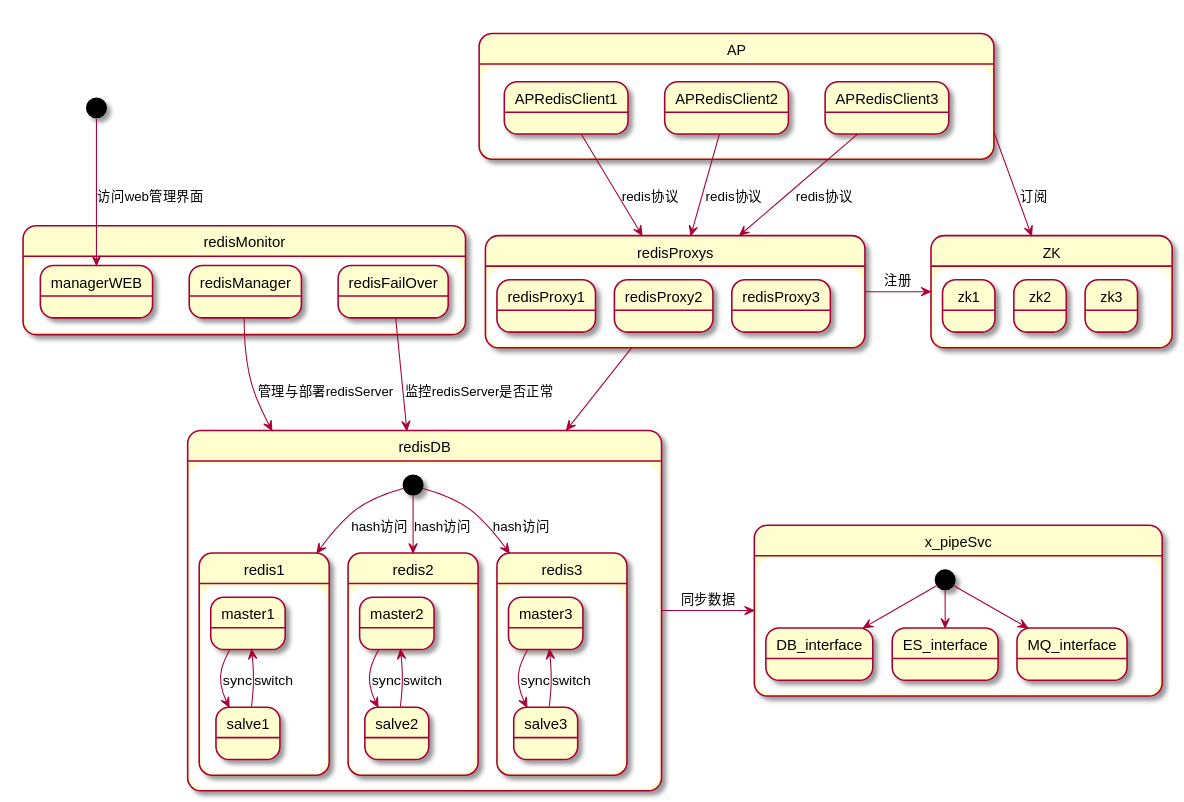
Above: doc/design/rains_redisProxy.svg in hugoDD/rains-redisproxy (PlantUML), before the change. The source it was exported from:
```plantuml
@startuml
scale 850 width
[*]-->managerWEB:访问web管理界面
AP --> ZK :订阅
redisProxys -> ZK : 注册
redisProxys --> redisDB

redisDB->x_pipeSvc:同步数据

state redisMonitor{
    redisFailOver-->redisDB:监控redisServer是否正常
    redisManager-->redisDB:管理与部署redisServer
    state managerWEB{
    }
}

state AP{
  APRedisClient1 --> redisProxys:redis协议
  APRedisClient2 --> redisProxys:redis协议
  APRedisClient3 --> redisProxys:redis协议
}

state ZK{
    state zk1
    state zk2
    state zk3
  }

state redisProxys {

  state redisProxy1{
  }
  state redisProxy2{

  }
  state redisProxy3{

  }

}

state redisDB {

  [*] --> redis1 : hash访问
  [*] --> redis2 : hash访问
  [*] --> redis3 : hash访问

  state redis1 {
     master1 -> salve1 : sync
     salve1 --> master1 : switch
  }
  state redis2 {
       master2 -> salve2 : sync
       salve2 --> master2 : switch
    }
  state redis3 {
        master3 -> salve3 : sync
        salve3 --> master3 : switch
   }

}

state x_pipeSvc{
    [*]-->DB_interface
    [*]-->ES_interface
    [*]-->MQ_interface

}
@enduml
```
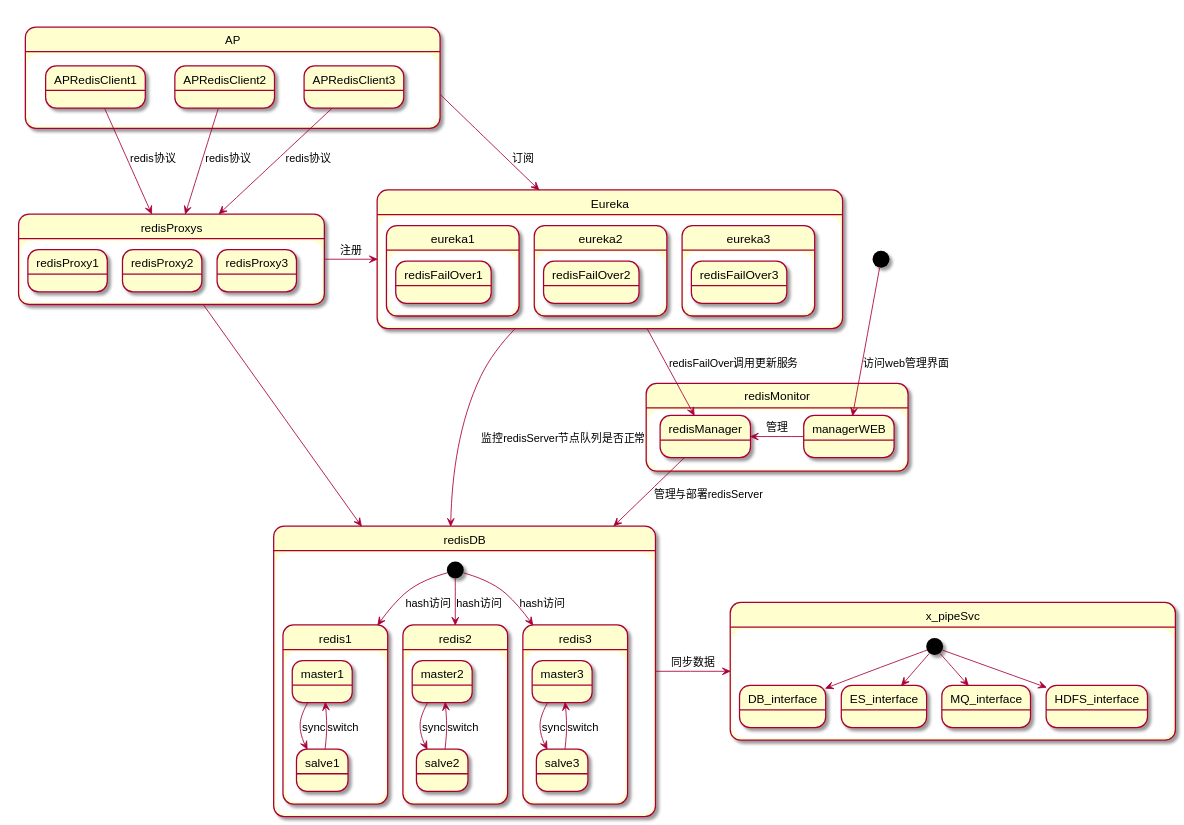
Above is the later version.

What changed in the source:
```diff
@@ -1,17 +1,22 @@
 @startuml
 scale 850 width
 [*]-->managerWEB:访问web管理界面
-AP --> ZK :订阅
-redisProxys -> ZK : 注册
+Eureka-->redisDB:监控redisServer节点队列是否正常
+AP --> Eureka :订阅
+redisProxys -> Eureka : 注册
 redisProxys --> redisDB
 
 redisDB->x_pipeSvc:同步数据
 
 state redisMonitor{
-    redisFailOver-->redisDB:监控redisServer是否正常
+    managerWEB -> redisManager:管理
     redisManager-->redisDB:管理与部署redisServer
+
     state managerWEB{
     }
+    state redisManager{
+    }
+
 }
 
 state AP{
@@ -20,15 +25,23 @@
   APRedisClient3 --> redisProxys:redis协议
 }
 
-state ZK{
-    state zk1
-    state zk2
-    state zk3
+state Eureka{
+    state eureka1{
+        state redisFailOver1
+    }
+    state eureka2{
+        state redisFailOver2
+    }
+    state eureka3{
+        state redisFailOver3
+    }
+    Eureka -->redisManager:redisFailOver调用更新服务
   }
 
 state redisProxys {
 
   state redisProxy1{
+
   }
   state redisProxy2{
 
@@ -64,6 +77,7 @@
     [*]-->DB_interface
     [*]-->ES_interface
     [*]-->MQ_interface
+    [*]-->HDFS_interface
 
 }
 @enduml
```
